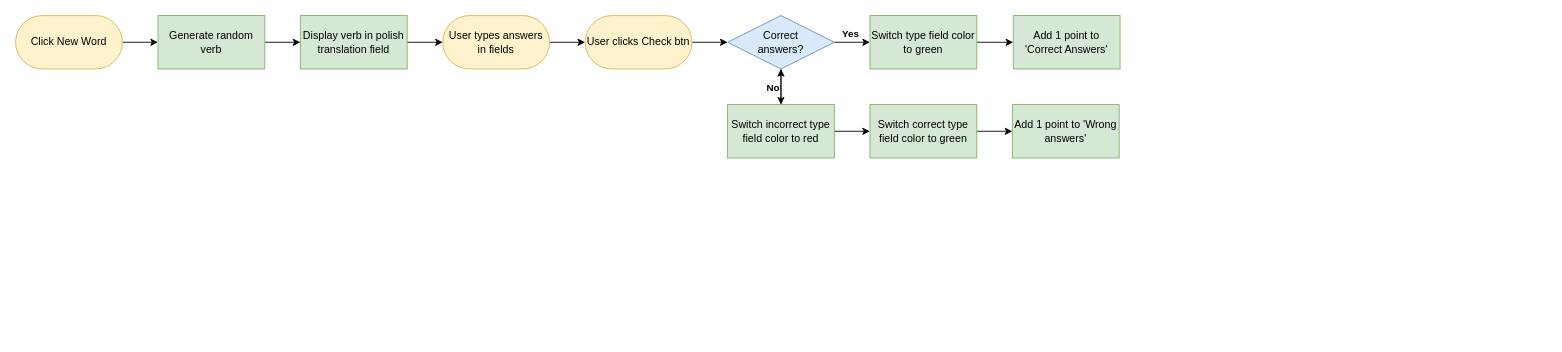
This is Irregular Verbs flowchart.drawio from danielkuciej/irregular-verbs, a draw.io file, before an edit. Source tidied: cells renumbered, new cells numbered last; positions are measured from the earlier drawing's top-left corner, leaving out a move shared by most shapes. Both pictures are drawn from the tidied source at 89%, with x=0, y=0 at pixel (15, 15).
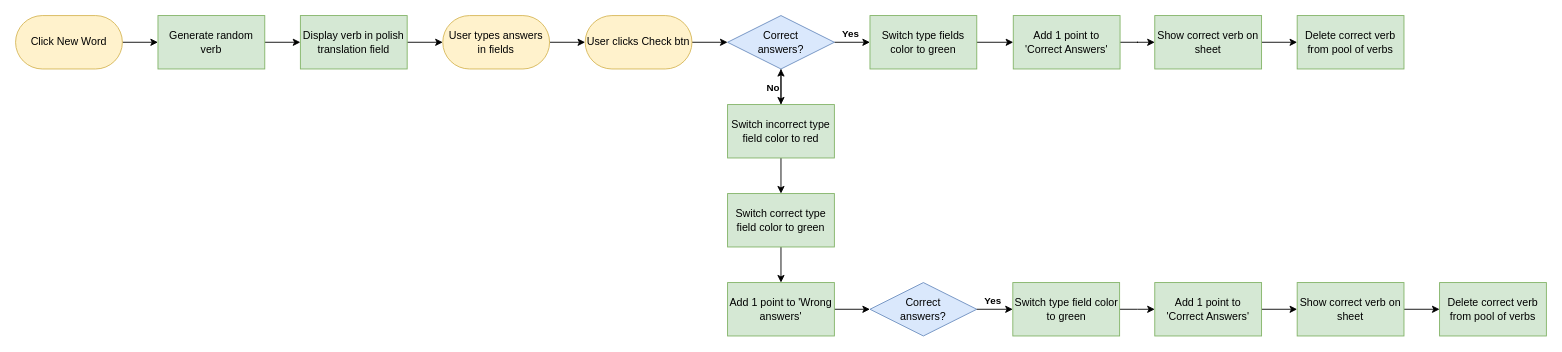
The same page after the edit.

Unchanged cells that the change refers to:
```xml
<mxCell id="20" value="Switch incorrect type field color to red" style="rounded=0;whiteSpace=wrap;html=1;fillColor=#d5e8d4;strokeColor=#82b366;" parent="1" vertex="1">
  <mxGeometry x="800" y="100" width="120" height="60" as="geometry" />
</mxCell>
<mxCell id="21" value="Add 1 point to 'Correct Answers'" style="rounded=0;whiteSpace=wrap;html=1;fillColor=#d5e8d4;strokeColor=#82b366;" parent="1" vertex="1">
  <mxGeometry x="1121" width="120" height="60" as="geometry" />
</mxCell>
```

Diff of the diagram source:
```diff
@@
-    <mxCell id="16" value="Switch type field color to green" style="rounded=0;whiteSpace=wrap;html=1;fillColor=#d5e8d4;strokeColor=#82b366;" parent="1" vertex="1">
+    <mxCell id="16" value="Switch type fields color to green" style="rounded=0;whiteSpace=wrap;html=1;fillColor=#d5e8d4;strokeColor=#82b366;" parent="1" vertex="1">
       <mxGeometry x="960" width="120" height="60" as="geometry" />
     </mxCell>
@@
-    <mxCell id="19" style="edgeStyle=orthogonalEdgeStyle;rounded=0;jettySize=auto;html=1;exitX=1;exitY=0.5;exitDx=0;exitDy=0;" parent="1" edge="1" source="20" target="26">
+    <mxCell id="19" style="edgeStyle=orthogonalEdgeStyle;rounded=0;jettySize=auto;html=1;exitX=0.5;exitY=1;exitDx=0;exitDy=0;entryX=0.5;entryY=0;entryDx=0;entryDy=0;" parent="1" edge="1" source="20" target="26">
       <mxGeometry relative="1" as="geometry" />
     </mxCell>
@@
+    <mxCell id="27" style="edgeStyle=orthogonalEdgeStyle;rounded=0;jettySize=auto;html=1;exitX=1;exitY=0.5;exitDx=0;exitDy=0;" parent="1" edge="1" source="21" target="37">
+      <mxGeometry relative="1" as="geometry" />
+    </mxCell>
@@
+    <mxCell id="28" style="edgeStyle=orthogonalEdgeStyle;rounded=0;jettySize=auto;html=1;exitX=1;exitY=0.5;exitDx=0;exitDy=0;entryX=0;entryY=0.5;entryDx=0;entryDy=0;" parent="1" edge="1" source="24" target="29">
+      <mxGeometry relative="1" as="geometry" />
+    </mxCell>
     <mxCell id="24" value="Add 1 point to 'Wrong answers'" style="rounded=0;whiteSpace=wrap;html=1;fillColor=#d5e8d4;strokeColor=#82b366;" parent="1" vertex="1">
-      <mxGeometry x="1120" y="100" width="120" height="60" as="geometry" />
+      <mxGeometry x="800" y="300" width="120" height="60" as="geometry" />
     </mxCell>
-    <mxCell id="25" style="edgeStyle=orthogonalEdgeStyle;rounded=0;jettySize=auto;html=1;exitX=1;exitY=0.5;exitDx=0;exitDy=0;entryX=0;entryY=0.5;entryDx=0;entryDy=0;" parent="1" edge="1" source="26" target="24">
+    <mxCell id="25" style="edgeStyle=orthogonalEdgeStyle;rounded=0;jettySize=auto;html=1;exitX=0.5;exitY=1;exitDx=0;exitDy=0;entryX=0.5;entryY=0;entryDx=0;entryDy=0;" parent="1" edge="1" source="26" target="24">
       <mxGeometry relative="1" as="geometry" />
     </mxCell>
     <mxCell id="26" value="Switch correct type field color to green" style="rounded=0;whiteSpace=wrap;html=1;fillColor=#d5e8d4;strokeColor=#82b366;" parent="1" vertex="1">
-      <mxGeometry x="960" y="100" width="120" height="60" as="geometry" />
+      <mxGeometry x="800" y="200" width="120" height="60" as="geometry" />
     </mxCell>
+    <mxCell id="29" value="Correct&lt;div&gt;answers?&lt;/div&gt;" style="rhombus;whiteSpace=wrap;html=1;fillColor=#dae8fc;strokeColor=#6c8ebf;" parent="1" vertex="1">
+      <mxGeometry x="960" y="300" width="120" height="60" as="geometry" />
+    </mxCell>
+    <mxCell id="30" style="edgeStyle=orthogonalEdgeStyle;rounded=0;jettySize=auto;html=1;entryX=0;entryY=0.5;entryDx=0;entryDy=0;exitX=1;exitY=0.5;exitDx=0;exitDy=0;" parent="1" edge="1" source="29" target="33">
+      <mxGeometry relative="1" as="geometry" />
+    </mxCell>
+    <mxCell id="31" value="Yes" style="edgeLabel;html=1;align=center;verticalAlign=middle;fontStyle=1;" parent="30" vertex="1">
+      <mxGeometry x="-0.17" relative="1" as="geometry">
+        <mxPoint y="-10" as="offset" />
+      </mxGeometry>
+    </mxCell>
+    <mxCell id="32" style="edgeStyle=orthogonalEdgeStyle;rounded=0;jettySize=auto;html=1;exitX=1;exitY=0.5;exitDx=0;exitDy=0;" parent="1" edge="1" source="33" target="35">
+      <mxGeometry relative="1" as="geometry" />
+    </mxCell>
+    <mxCell id="33" value="Switch type field color to green" style="rounded=0;whiteSpace=wrap;html=1;fillColor=#d5e8d4;strokeColor=#82b366;" parent="1" vertex="1">
+      <mxGeometry x="1120.5" y="300" width="120" height="60" as="geometry" />
+    </mxCell>
+    <mxCell id="34" style="edgeStyle=orthogonalEdgeStyle;rounded=0;jettySize=auto;html=1;exitX=1;exitY=0.5;exitDx=0;exitDy=0;entryX=0;entryY=0.5;entryDx=0;entryDy=0;" parent="1" edge="1" source="35" target="40">
+      <mxGeometry relative="1" as="geometry" />
+    </mxCell>
+    <mxCell id="35" value="Add 1 point to 'Correct Answers'" style="rounded=0;whiteSpace=wrap;html=1;fillColor=#d5e8d4;strokeColor=#82b366;" parent="1" vertex="1">
+      <mxGeometry x="1280" y="300" width="120" height="60" as="geometry" />
+    </mxCell>
+    <mxCell id="36" style="edgeStyle=orthogonalEdgeStyle;rounded=0;jettySize=auto;html=1;exitX=1;exitY=0.5;exitDx=0;exitDy=0;" parent="1" edge="1" source="37" target="38">
+      <mxGeometry relative="1" as="geometry" />
+    </mxCell>
+    <mxCell id="37" value="Show correct verb on sheet" style="rounded=0;whiteSpace=wrap;html=1;fillColor=#d5e8d4;strokeColor=#82b366;" parent="1" vertex="1">
+      <mxGeometry x="1280" width="120" height="60" as="geometry" />
+    </mxCell>
+    <mxCell id="38" value="Delete correct verb from pool of verbs" style="rounded=0;whiteSpace=wrap;html=1;fillColor=#d5e8d4;strokeColor=#82b366;" parent="1" vertex="1">
+      <mxGeometry x="1440" width="120" height="60" as="geometry" />
+    </mxCell>
+    <mxCell id="39" style="edgeStyle=orthogonalEdgeStyle;rounded=0;jettySize=auto;html=1;exitX=1;exitY=0.5;exitDx=0;exitDy=0;" parent="1" edge="1" source="40" target="41">
+      <mxGeometry relative="1" as="geometry" />
+    </mxCell>
+    <mxCell id="40" value="Show correct verb on sheet" style="rounded=0;whiteSpace=wrap;html=1;fillColor=#d5e8d4;strokeColor=#82b366;" parent="1" vertex="1">
+      <mxGeometry x="1440" y="300" width="120" height="60" as="geometry" />
+    </mxCell>
+    <mxCell id="41" value="Delete correct verb from pool of verbs" style="rounded=0;whiteSpace=wrap;html=1;fillColor=#d5e8d4;strokeColor=#82b366;" parent="1" vertex="1">
+      <mxGeometry x="1600" y="300" width="120" height="60" as="geometry" />
+    </mxCell>
```
